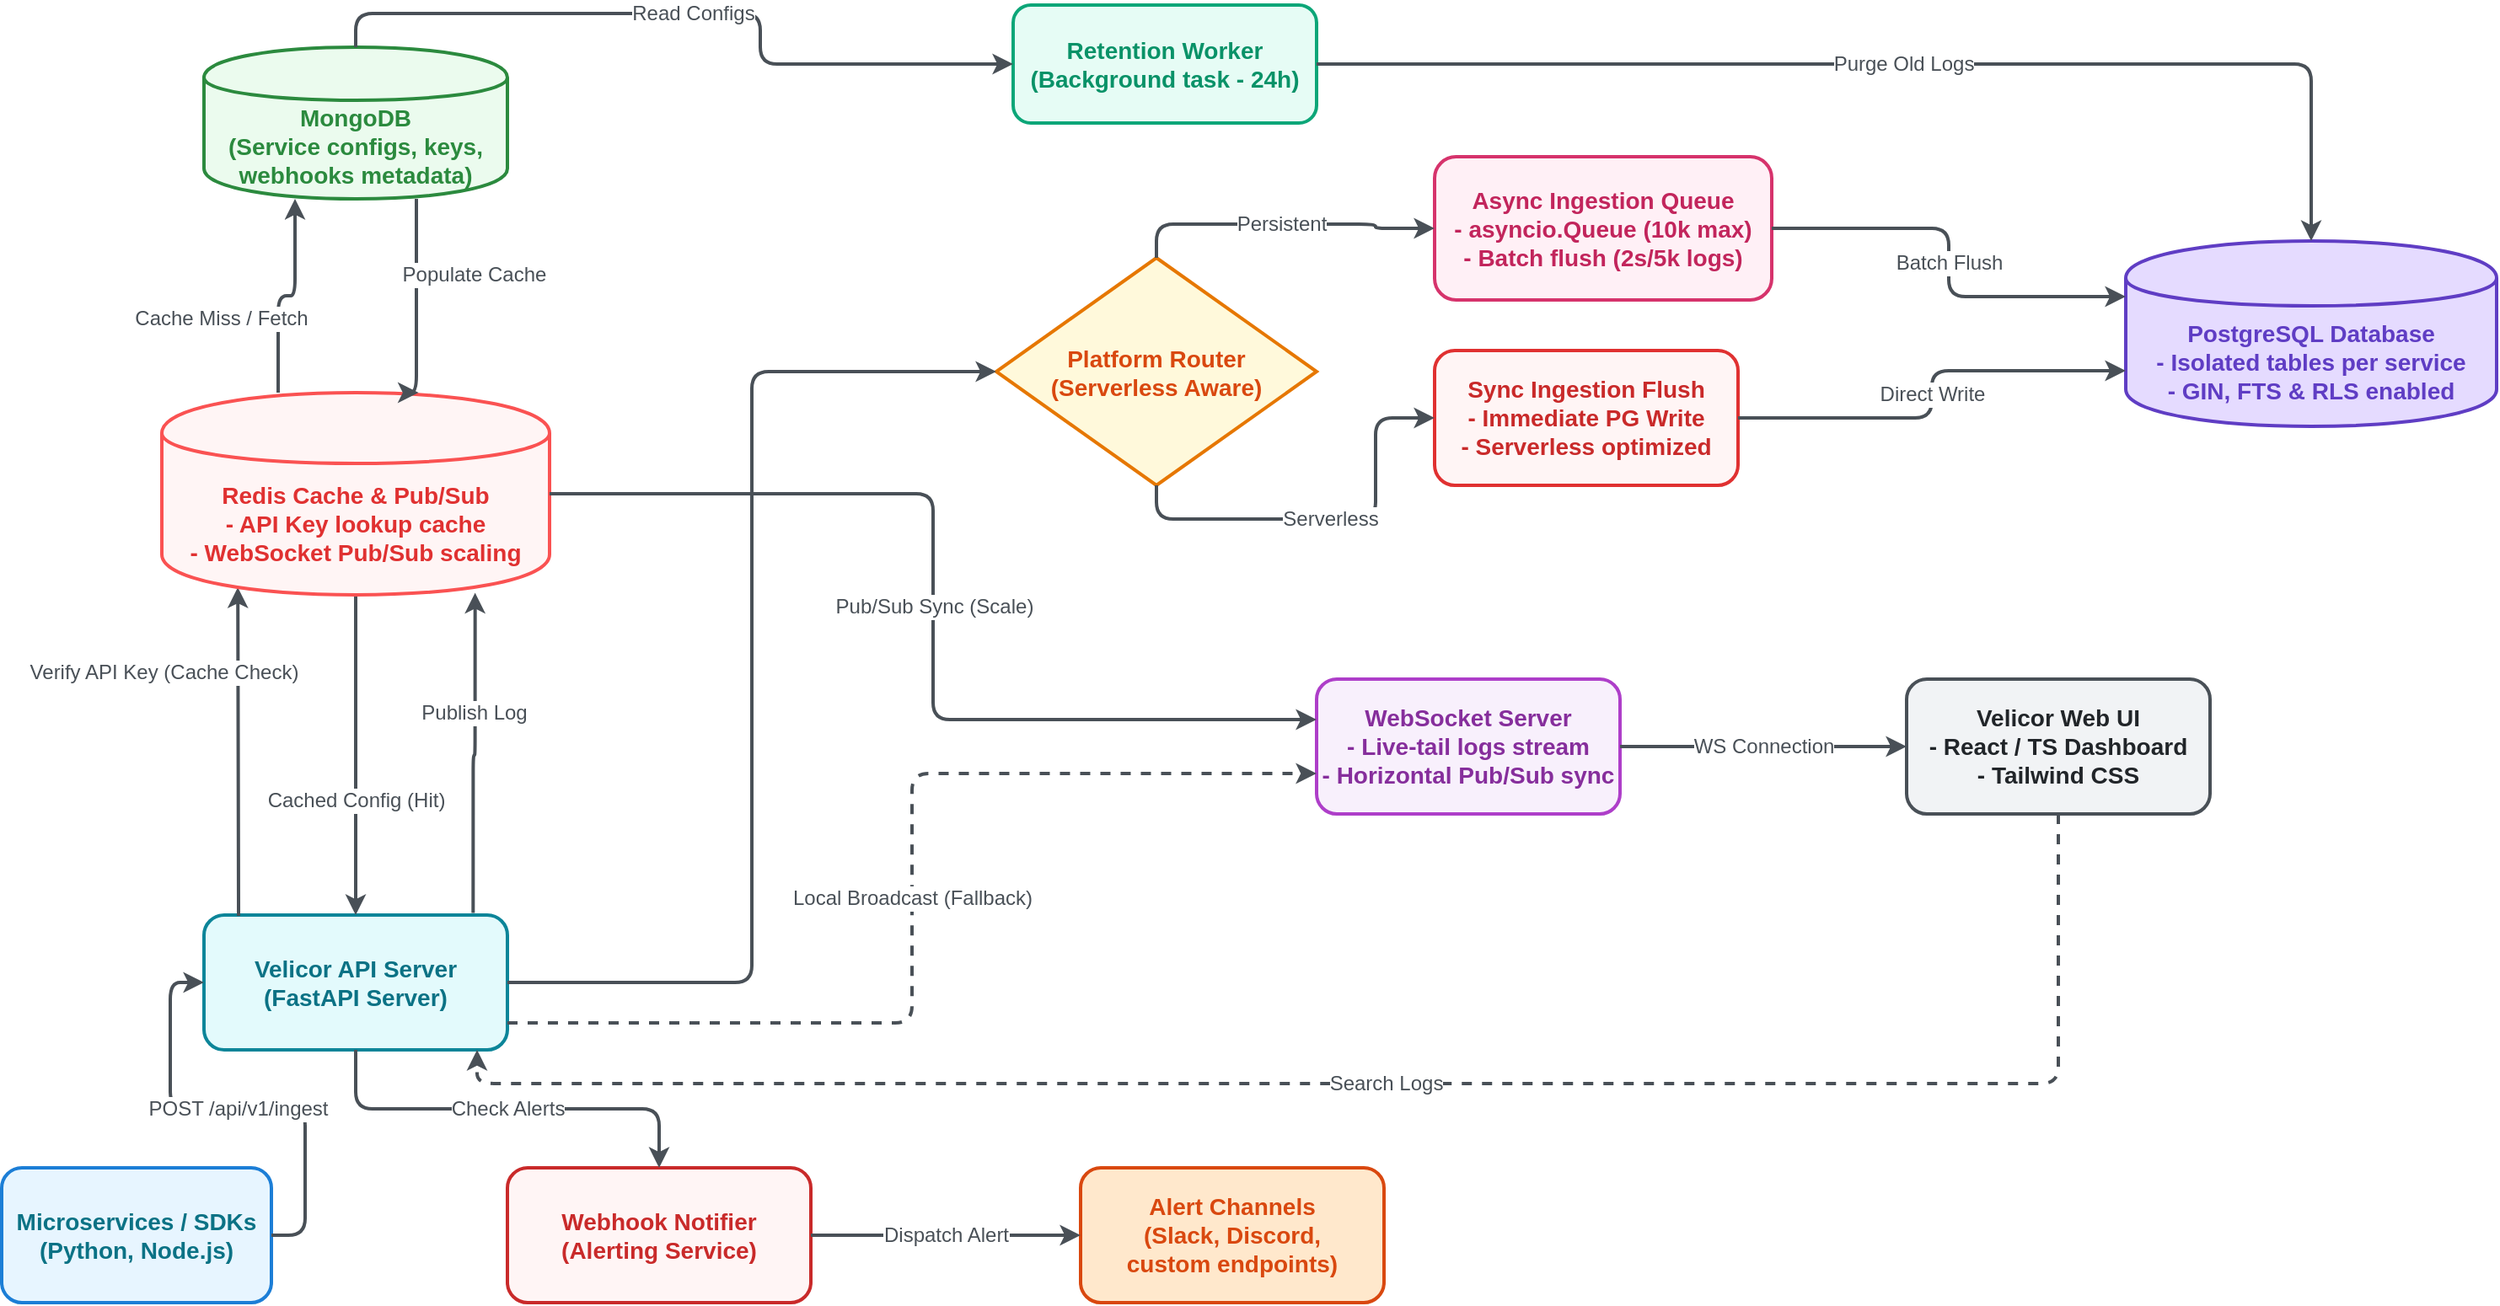
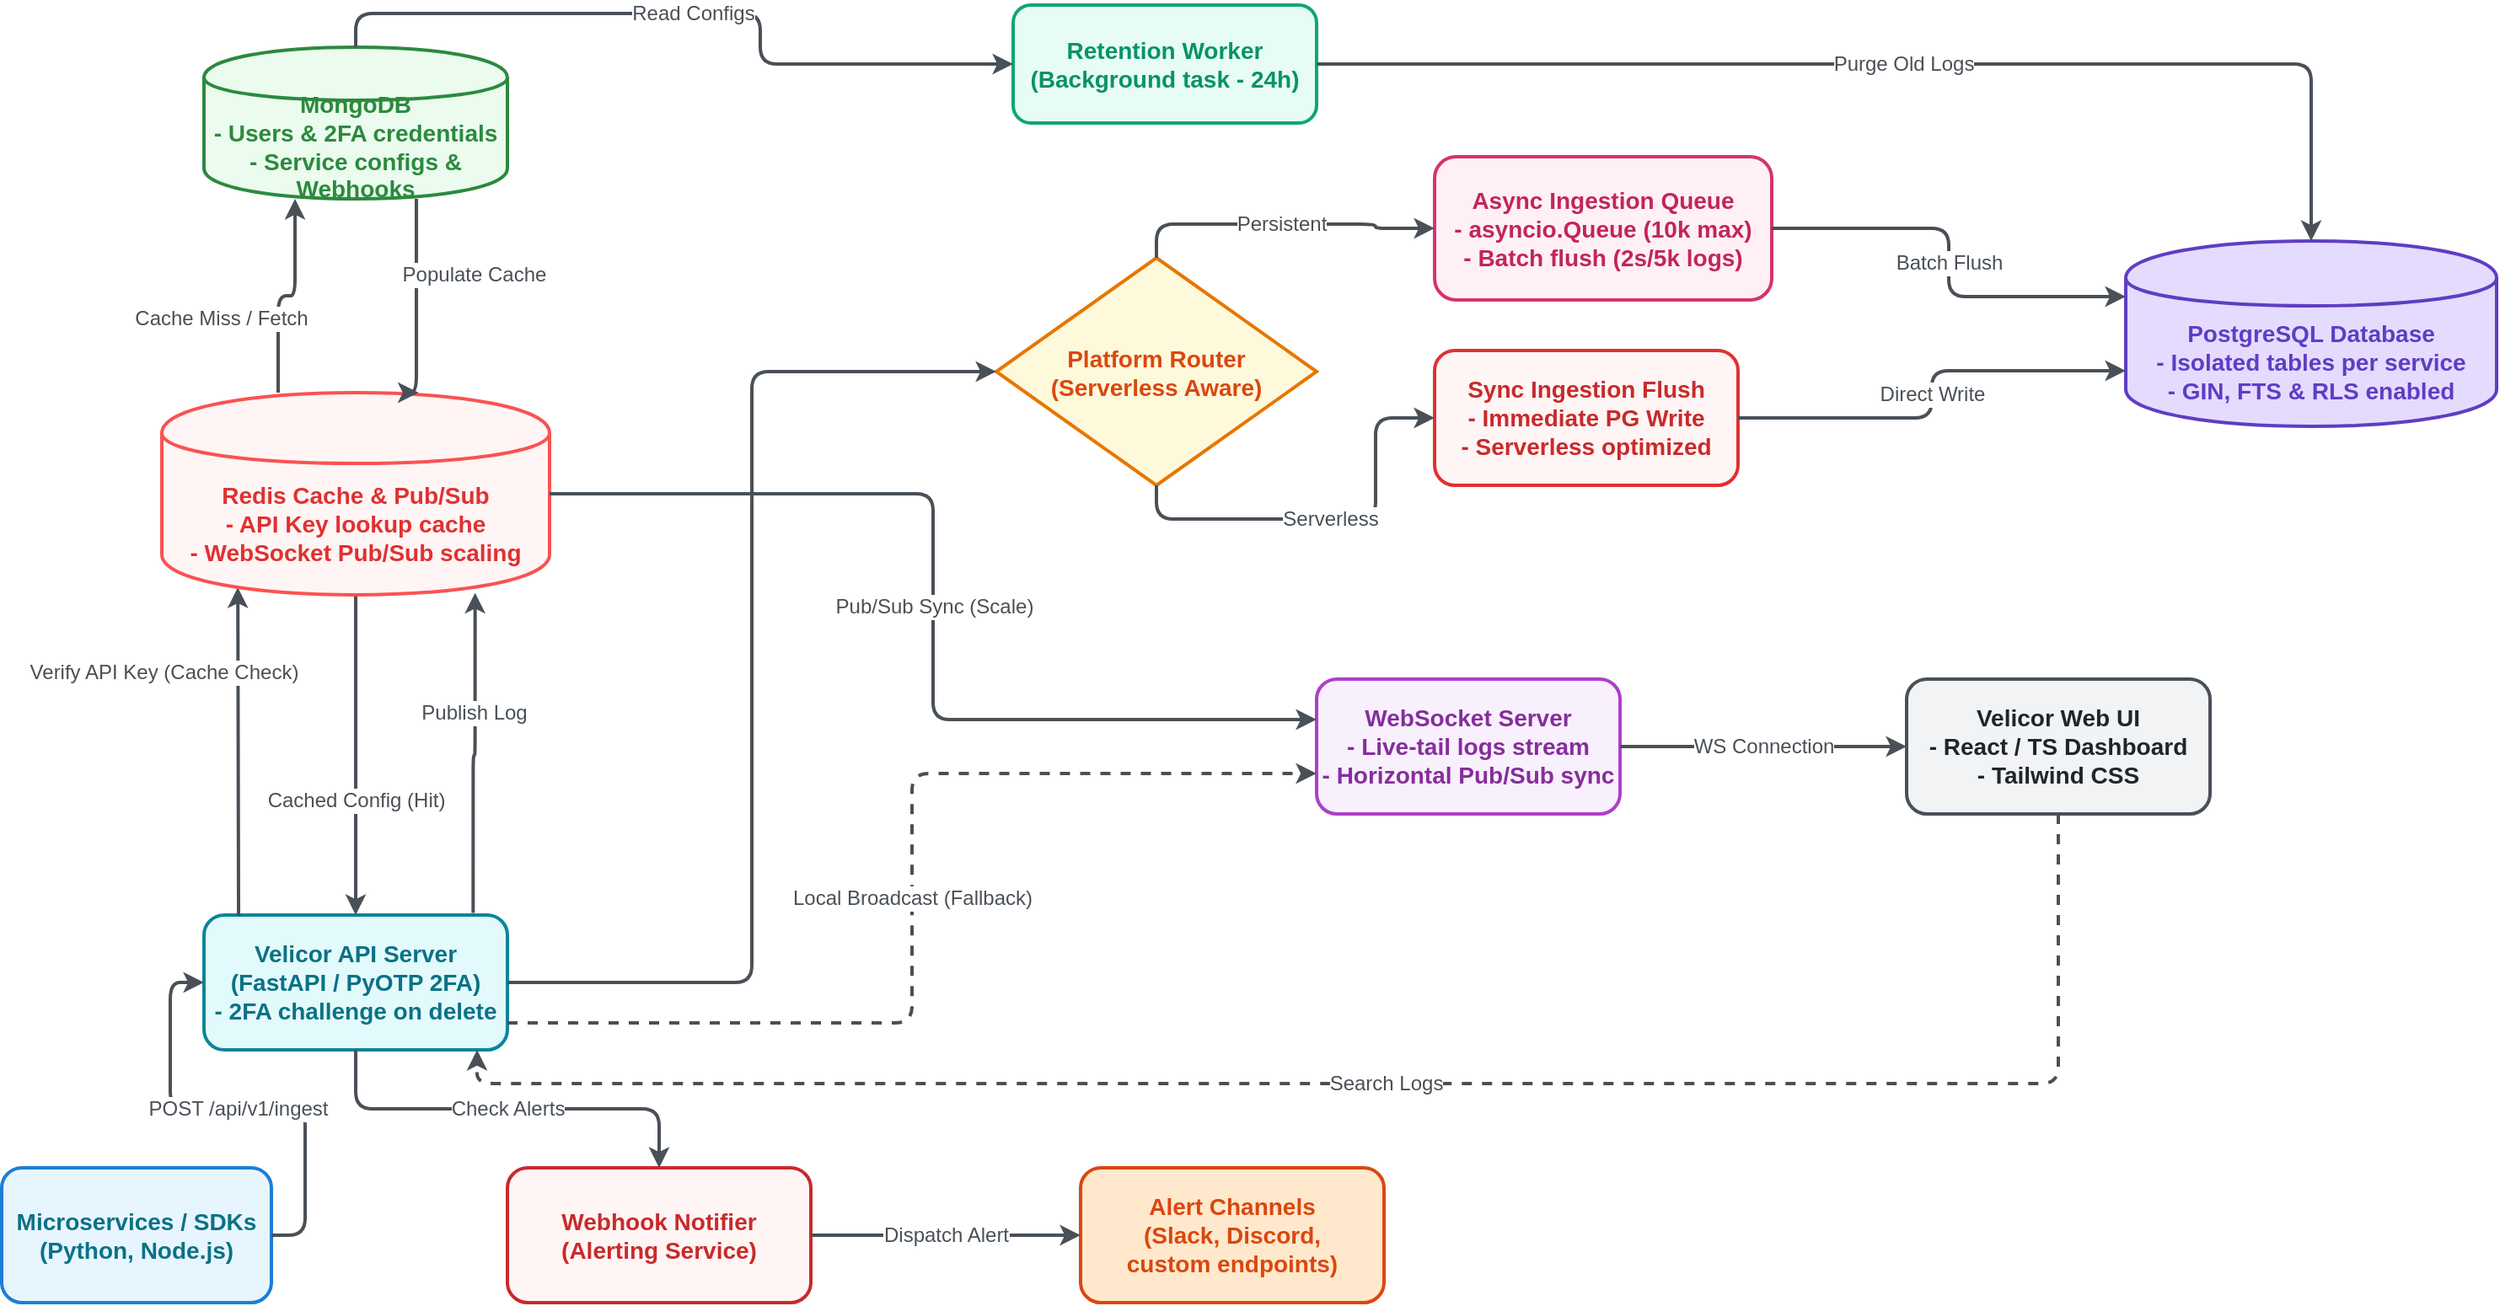
+ <?xml version='1.0' encoding='utf-8'?>
<mxfile host="Electron">
  <diagram name="Velicor Architecture" id="fpXKoFl3D9RPaPYoSICN">
    <mxGraphModel dx="1710" dy="788" grid="1" gridSize="10" guides="1" tooltips="1" connect="1" arrows="1" fold="1" page="1" pageScale="1" pageWidth="850" pageHeight="1100" math="0" shadow="0">
      <root>
        <mxCell id="0" />
        <mxCell id="1" parent="0" />
        <mxCell id="nF8YWoamKlxkY7NQbO7J-1" parent="1" style="rounded=1;whiteSpace=wrap;html=1;strokeWidth=2;fontSize=14;fontStyle=1;fillColor=#e7f5ff;strokeColor=#1c7ed6;fontColor=#0b7285;" value="Microservices / SDKs&lt;br/&gt;(Python, Node.js)" vertex="1">
          <mxGeometry height="80" width="160" x="120" y="860" as="geometry" />
        </mxCell>
-         <mxCell id="nF8YWoamKlxkY7NQbO7J-2" parent="1" style="rounded=1;whiteSpace=wrap;html=1;strokeWidth=2;fontSize=14;fontStyle=1;fillColor=#e3fafc;strokeColor=#0c8599;fontColor=#0b7285;" value="Velicor API Server&lt;br/&gt;(FastAPI Server)" vertex="1">
+         <mxCell id="nF8YWoamKlxkY7NQbO7J-2" parent="1" style="rounded=1;whiteSpace=wrap;html=1;strokeWidth=2;fontSize=14;fontStyle=1;fillColor=#e3fafc;strokeColor=#0c8599;fontColor=#0b7285;" value="Velicor API Server&lt;br/&gt;(FastAPI / PyOTP 2FA)&lt;br/&gt;- 2FA challenge on delete" vertex="1">
          <mxGeometry height="80" width="180" x="240" y="710" as="geometry" />
        </mxCell>
-         <mxCell id="nF8YWoamKlxkY7NQbO7J-3" parent="1" style="shape=cylinder;whiteSpace=wrap;html=1;boundedLbl=1;backgroundOutline=1;strokeWidth=2;fontSize=14;fontStyle=1;fillColor=#ebfbee;strokeColor=#2b8a3e;fontColor=#2b8a3e;" value="MongoDB&lt;br/&gt;(Service configs, keys,&lt;br/&gt;webhooks metadata)" vertex="1">
+         <mxCell id="nF8YWoamKlxkY7NQbO7J-3" parent="1" style="shape=cylinder;whiteSpace=wrap;html=1;boundedLbl=1;backgroundOutline=1;strokeWidth=2;fontSize=14;fontStyle=1;fillColor=#ebfbee;strokeColor=#2b8a3e;fontColor=#2b8a3e;" value="MongoDB&lt;br/&gt;- Users &amp;amp; 2FA credentials&lt;br/&gt;- Service configs &amp;amp; Webhooks" vertex="1">
          <mxGeometry height="90" width="180" x="240" y="195" as="geometry" />
        </mxCell>
        <mxCell id="nF8YWoamKlxkY7NQbO7J-4" parent="1" style="rhombus;whiteSpace=wrap;html=1;strokeWidth=2;fontSize=14;fontStyle=1;fillColor=#fff9db;strokeColor=#e67700;fontColor=#d9480f;" value="Platform Router&lt;br/&gt;(Serverless Aware)" vertex="1">
          <mxGeometry height="135" width="190" x="710" y="320" as="geometry" />
        </mxCell>
        <mxCell id="nF8YWoamKlxkY7NQbO7J-5" parent="1" style="rounded=1;whiteSpace=wrap;html=1;strokeWidth=2;fontSize=14;fontStyle=1;fillColor=#fff0f6;strokeColor=#d6336c;fontColor=#c2255c;" value="Async Ingestion Queue&lt;br/&gt;- asyncio.Queue (10k max)&lt;br/&gt;- Batch flush (2s/5k logs)" vertex="1">
          <mxGeometry height="85" width="200" x="970" y="260" as="geometry" />
        </mxCell>
        <mxCell id="nF8YWoamKlxkY7NQbO7J-6" parent="1" style="rounded=1;whiteSpace=wrap;html=1;strokeWidth=2;fontSize=14;fontStyle=1;fillColor=#fff5f5;strokeColor=#e03131;fontColor=#c92a2a;" value="Sync Ingestion Flush&lt;br/&gt;- Immediate PG Write&lt;br/&gt;- Serverless optimized" vertex="1">
          <mxGeometry height="80" width="180" x="970" y="375" as="geometry" />
        </mxCell>
        <mxCell id="nF8YWoamKlxkY7NQbO7J-7" parent="1" style="shape=cylinder;whiteSpace=wrap;html=1;boundedLbl=1;backgroundOutline=1;strokeWidth=2;fontSize=14;fontStyle=1;fillColor=#e5dbff;strokeColor=#5f3dc4;fontColor=#5f3dc4;" value="PostgreSQL Database&lt;br/&gt;- Isolated tables per service&lt;br/&gt;- GIN, FTS &amp;amp; RLS enabled" vertex="1">
          <mxGeometry height="110" width="220" x="1380" y="310" as="geometry" />
        </mxCell>
        <mxCell id="nF8YWoamKlxkY7NQbO7J-8" parent="1" style="rounded=1;whiteSpace=wrap;html=1;strokeWidth=2;fontSize=14;fontStyle=1;fillColor=#f8f0fc;strokeColor=#ae3ec9;fontColor=#862e9c;" value="WebSocket Server&lt;br/&gt;- Live-tail logs stream&lt;br/&gt;- Horizontal Pub/Sub sync" vertex="1">
          <mxGeometry height="80" width="180" x="900" y="570" as="geometry" />
        </mxCell>
        <mxCell id="nF8YWoamKlxkY7NQbO7J-9" parent="1" style="rounded=1;whiteSpace=wrap;html=1;strokeWidth=2;fontSize=14;fontStyle=1;fillColor=#f1f3f5;strokeColor=#495057;fontColor=#212529;" value="Velicor Web UI&lt;br&gt;- React / TS Dashboard&lt;br&gt;- Tailwind CSS" vertex="1">
          <mxGeometry height="80" width="180" x="1250" y="570" as="geometry" />
        </mxCell>
        <mxCell id="nF8YWoamKlxkY7NQbO7J-10" parent="1" style="rounded=1;whiteSpace=wrap;html=1;strokeWidth=2;fontSize=14;fontStyle=1;fillColor=#fff5f5;strokeColor=#c92a2a;fontColor=#c92a2a;" value="Webhook Notifier&lt;br/&gt;(Alerting Service)" vertex="1">
          <mxGeometry height="80" width="180" x="420" y="860" as="geometry" />
        </mxCell>
        <mxCell id="nF8YWoamKlxkY7NQbO7J-11" parent="1" style="rounded=1;whiteSpace=wrap;html=1;strokeWidth=2;fontSize=14;fontStyle=1;fillColor=#ffe8cc;strokeColor=#d9480f;fontColor=#d9480f;" value="Alert Channels&lt;br/&gt;(Slack, Discord,&lt;br/&gt;custom endpoints)" vertex="1">
          <mxGeometry height="80" width="180" x="760" y="860" as="geometry" />
        </mxCell>
        <mxCell id="nF8YWoamKlxkY7NQbO7J-12" edge="1" parent="1" source="nF8YWoamKlxkY7NQbO7J-1" style="edgeStyle=orthogonalEdgeStyle;rounded=1;orthogonalLoop=1;jettySize=auto;html=1;strokeWidth=2;strokeColor=#495057;fontSize=12;fontColor=#495057;exitX=1;exitY=0.5;entryX=0;entryY=0.5;" target="nF8YWoamKlxkY7NQbO7J-2" value="POST /api/v1/ingest">
          <mxGeometry relative="1" as="geometry" />
        </mxCell>
        <mxCell id="nF8YWoamKlxkY7NQbO7J-13" edge="1" parent="1" source="nF8YWoamKlxkY7NQbO7J-2" style="edgeStyle=orthogonalEdgeStyle;rounded=1;orthogonalLoop=1;jettySize=auto;html=1;strokeWidth=2;strokeColor=#495057;fontSize=12;fontColor=#495057;entryX=0.196;entryY=0.963;exitX=0.114;exitY=0.006;exitDx=0;exitDy=0;exitPerimeter=0;entryDx=0;entryDy=0;entryPerimeter=0;" target="velicor-redis" value="Verify API Key (Cache Check)">
          <mxGeometry relative="1" x="0.4884" y="44" as="geometry">
            <mxPoint as="offset" />
            <Array as="points">
              <mxPoint x="260" y="705" />
            </Array>
            <mxPoint x="260" y="707.5" as="sourcePoint" />
            <mxPoint x="260" y="520" as="targetPoint" />
          </mxGeometry>
        </mxCell>
        <mxCell id="nF8YWoamKlxkY7NQbO7J-14" edge="1" parent="1" source="velicor-redis" style="edgeStyle=orthogonalEdgeStyle;rounded=1;orthogonalLoop=1;jettySize=auto;html=1;strokeWidth=2;strokeColor=#495057;fontSize=12;fontColor=#495057;entryX=0.5;entryY=0;entryDx=0;entryDy=0;" target="nF8YWoamKlxkY7NQbO7J-2" value="Cached Config (Hit)">
          <mxGeometry relative="1" x="0.2821" as="geometry">
            <mxPoint as="offset" />
            <Array as="points" />
            <mxPoint x="330" y="515" as="sourcePoint" />
            <mxPoint x="330" y="700" as="targetPoint" />
          </mxGeometry>
        </mxCell>
        <mxCell id="nF8YWoamKlxkY7NQbO7J-15" edge="1" parent="1" source="nF8YWoamKlxkY7NQbO7J-2" style="edgeStyle=orthogonalEdgeStyle;rounded=1;orthogonalLoop=1;jettySize=auto;html=1;strokeWidth=2;strokeColor=#495057;fontSize=12;fontColor=#495057;exitX=1;exitY=0.5;entryX=0;entryY=0.5;" target="nF8YWoamKlxkY7NQbO7J-4" value="">
          <mxGeometry relative="1" as="geometry" />
        </mxCell>
        <mxCell id="nF8YWoamKlxkY7NQbO7J-16" edge="1" parent="1" source="nF8YWoamKlxkY7NQbO7J-4" style="edgeStyle=orthogonalEdgeStyle;rounded=1;orthogonalLoop=1;jettySize=auto;html=1;strokeWidth=2;strokeColor=#495057;fontSize=12;fontColor=#495057;exitX=0.5;exitY=0;entryX=0;entryY=0.5;" target="nF8YWoamKlxkY7NQbO7J-5" value="Persistent">
          <mxGeometry relative="1" as="geometry" />
        </mxCell>
        <mxCell id="nF8YWoamKlxkY7NQbO7J-17" edge="1" parent="1" source="nF8YWoamKlxkY7NQbO7J-4" style="edgeStyle=orthogonalEdgeStyle;rounded=1;orthogonalLoop=1;jettySize=auto;html=1;strokeWidth=2;strokeColor=#495057;fontSize=12;fontColor=#495057;exitX=0.5;exitY=1;entryX=0;entryY=0.5;" target="nF8YWoamKlxkY7NQbO7J-6" value="Serverless">
          <mxGeometry relative="1" as="geometry" />
        </mxCell>
        <mxCell id="nF8YWoamKlxkY7NQbO7J-18" edge="1" parent="1" source="nF8YWoamKlxkY7NQbO7J-5" style="edgeStyle=orthogonalEdgeStyle;rounded=1;orthogonalLoop=1;jettySize=auto;html=1;strokeWidth=2;strokeColor=#495057;fontSize=12;fontColor=#495057;exitX=1;exitY=0.5;entryX=0;entryY=0.3;" target="nF8YWoamKlxkY7NQbO7J-7" value="Batch Flush">
          <mxGeometry relative="1" as="geometry" />
        </mxCell>
        <mxCell id="nF8YWoamKlxkY7NQbO7J-19" edge="1" parent="1" source="nF8YWoamKlxkY7NQbO7J-6" style="edgeStyle=orthogonalEdgeStyle;rounded=1;orthogonalLoop=1;jettySize=auto;html=1;strokeWidth=2;strokeColor=#495057;fontSize=12;fontColor=#495057;exitX=1;exitY=0.5;entryX=0;entryY=0.7;" target="nF8YWoamKlxkY7NQbO7J-7" value="Direct Write">
          <mxGeometry relative="1" as="geometry" />
        </mxCell>
        <mxCell id="nF8YWoamKlxkY7NQbO7J-20" edge="1" parent="1" source="nF8YWoamKlxkY7NQbO7J-2" style="edgeStyle=orthogonalEdgeStyle;rounded=1;orthogonalLoop=1;jettySize=auto;html=1;strokeWidth=2;strokeColor=#495057;fontSize=12;fontColor=#495057;dashed=1;exitX=1;exitY=0.8;entryX=0;entryY=0.7;" target="nF8YWoamKlxkY7NQbO7J-8" value="Local Broadcast (Fallback)">
          <mxGeometry relative="1" as="geometry" />
        </mxCell>
        <mxCell id="nF8YWoamKlxkY7NQbO7J-21" edge="1" parent="1" source="nF8YWoamKlxkY7NQbO7J-8" style="edgeStyle=orthogonalEdgeStyle;rounded=1;orthogonalLoop=1;jettySize=auto;html=1;strokeWidth=2;strokeColor=#495057;fontSize=12;fontColor=#495057;exitX=1;exitY=0.5;entryX=0;entryY=0.5;" target="nF8YWoamKlxkY7NQbO7J-9" value="WS Connection">
          <mxGeometry relative="1" as="geometry" />
        </mxCell>
        <mxCell id="nF8YWoamKlxkY7NQbO7J-22" edge="1" parent="1" source="nF8YWoamKlxkY7NQbO7J-9" style="edgeStyle=orthogonalEdgeStyle;rounded=1;orthogonalLoop=1;jettySize=auto;html=1;strokeWidth=2;strokeColor=#495057;fontSize=12;fontColor=#495057;dashed=1;entryX=0.9;entryY=1;exitX=0.5;exitY=1;exitDx=0;exitDy=0;" target="nF8YWoamKlxkY7NQbO7J-2" value="Search Logs">
          <mxGeometry relative="1" as="geometry">
            <mxPoint x="1510" y="635" as="sourcePoint" />
          </mxGeometry>
        </mxCell>
        <mxCell id="nF8YWoamKlxkY7NQbO7J-23" edge="1" parent="1" source="nF8YWoamKlxkY7NQbO7J-2" style="edgeStyle=orthogonalEdgeStyle;rounded=1;orthogonalLoop=1;jettySize=auto;html=1;strokeWidth=2;strokeColor=#495057;fontSize=12;fontColor=#495057;exitX=0.5;exitY=1;entryX=0.5;entryY=0;" target="nF8YWoamKlxkY7NQbO7J-10" value="Check Alerts">
          <mxGeometry relative="1" as="geometry" />
        </mxCell>
        <mxCell id="nF8YWoamKlxkY7NQbO7J-24" edge="1" parent="1" source="nF8YWoamKlxkY7NQbO7J-10" style="edgeStyle=orthogonalEdgeStyle;rounded=1;orthogonalLoop=1;jettySize=auto;html=1;strokeWidth=2;strokeColor=#495057;fontSize=12;fontColor=#495057;exitX=1;exitY=0.5;entryX=0;entryY=0.5;" target="nF8YWoamKlxkY7NQbO7J-11" value="Dispatch Alert">
          <mxGeometry relative="1" as="geometry" />
        </mxCell>
        <mxCell id="velicor-redis" parent="1" style="shape=cylinder;whiteSpace=wrap;html=1;boundedLbl=1;backgroundOutline=1;strokeWidth=2;fontSize=14;fontStyle=1;fillColor=#fff5f5;strokeColor=#fa5252;fontColor=#e03131;" value="Redis Cache &amp;amp; Pub/Sub&lt;br/&gt;- API Key lookup cache&lt;br/&gt;- WebSocket Pub/Sub scaling" vertex="1">
          <mxGeometry height="120" width="230" x="215" y="400" as="geometry" />
        </mxCell>
        <mxCell id="velicor-retention" parent="1" style="rounded=1;whiteSpace=wrap;html=1;strokeWidth=2;fontSize=14;fontStyle=1;fillColor=#e6fcf5;strokeColor=#0ca678;fontColor=#099268;" value="Retention Worker&lt;br/&gt;(Background task - 24h)" vertex="1">
          <mxGeometry height="70" width="180" x="720" y="170" as="geometry" />
        </mxCell>
        <mxCell id="velicor-edge-redis-mongo-1" edge="1" parent="1" source="velicor-redis" style="edgeStyle=orthogonalEdgeStyle;rounded=1;orthogonalLoop=1;jettySize=auto;html=1;strokeWidth=2;strokeColor=#495057;fontSize=12;fontColor=#495057;exitX=0.3;exitY=0;entryX=0.3;entryY=1;" target="nF8YWoamKlxkY7NQbO7J-3" value="Cache Miss / Fetch">
          <mxGeometry relative="1" x="-0.2903" y="34" as="geometry">
            <mxPoint as="offset" />
          </mxGeometry>
        </mxCell>
        <mxCell id="velicor-edge-redis-mongo-2" edge="1" parent="1" source="nF8YWoamKlxkY7NQbO7J-3" style="edgeStyle=orthogonalEdgeStyle;rounded=1;orthogonalLoop=1;jettySize=auto;html=1;strokeWidth=2;strokeColor=#495057;fontSize=12;fontColor=#495057;exitX=0.7;exitY=1;entryX=0.662;entryY=0.003;entryDx=0;entryDy=0;entryPerimeter=0;" target="velicor-redis" value="Populate Cache">
          <mxGeometry relative="1" x="-0.2258" y="34" as="geometry">
            <mxPoint as="offset" />
            <Array as="points">
              <mxPoint x="366" y="400" />
              <mxPoint x="367" y="400" />
            </Array>
            <mxPoint x="366" y="410" as="targetPoint" />
          </mxGeometry>
        </mxCell>
        <mxCell id="velicor-edge-ingest-redis-pubsub" edge="1" parent="1" source="nF8YWoamKlxkY7NQbO7J-2" style="edgeStyle=orthogonalEdgeStyle;rounded=1;orthogonalLoop=1;jettySize=auto;html=1;strokeWidth=2;strokeColor=#495057;fontSize=12;fontColor=#495057;exitX=0.887;exitY=-0.015;entryX=0.808;entryY=0.99;exitDx=0;exitDy=0;exitPerimeter=0;entryDx=0;entryDy=0;entryPerimeter=0;" target="velicor-redis" value="Publish Log">
          <mxGeometry relative="1" x="0.255" y="1" as="geometry">
            <mxPoint as="offset" />
            <mxPoint x="400" y="705" as="sourcePoint" />
            <mxPoint x="400" y="540" as="targetPoint" />
          </mxGeometry>
        </mxCell>
        <mxCell id="velicor-edge-redis-ws-pubsub" edge="1" parent="1" source="velicor-redis" style="edgeStyle=orthogonalEdgeStyle;rounded=1;orthogonalLoop=1;jettySize=auto;html=1;strokeWidth=2;strokeColor=#495057;fontSize=12;fontColor=#495057;exitX=1;exitY=0.5;entryX=0;entryY=0.3;" target="nF8YWoamKlxkY7NQbO7J-8" value="Pub/Sub Sync (Scale)">
          <mxGeometry relative="1" as="geometry" />
        </mxCell>
        <mxCell id="velicor-edge-retention-mongo" edge="1" parent="1" source="nF8YWoamKlxkY7NQbO7J-3" style="edgeStyle=orthogonalEdgeStyle;rounded=1;orthogonalLoop=1;jettySize=auto;html=1;strokeWidth=2;strokeColor=#495057;fontSize=12;fontColor=#495057;exitX=0.5;exitY=0;entryX=0;entryY=0.5;" target="velicor-retention" value="Read Configs">
          <mxGeometry relative="1" as="geometry" />
        </mxCell>
        <mxCell id="velicor-edge-retention-postgres" edge="1" parent="1" source="velicor-retention" style="edgeStyle=orthogonalEdgeStyle;rounded=1;orthogonalLoop=1;jettySize=auto;html=1;strokeWidth=2;strokeColor=#495057;fontSize=12;fontColor=#495057;exitX=1;exitY=0.5;entryX=0.5;entryY=0;" target="nF8YWoamKlxkY7NQbO7J-7" value="Purge Old Logs">
          <mxGeometry relative="1" as="geometry" />
        </mxCell>
      </root>
    </mxGraphModel>
  </diagram>
- </mxfile>
+ </mxfile>